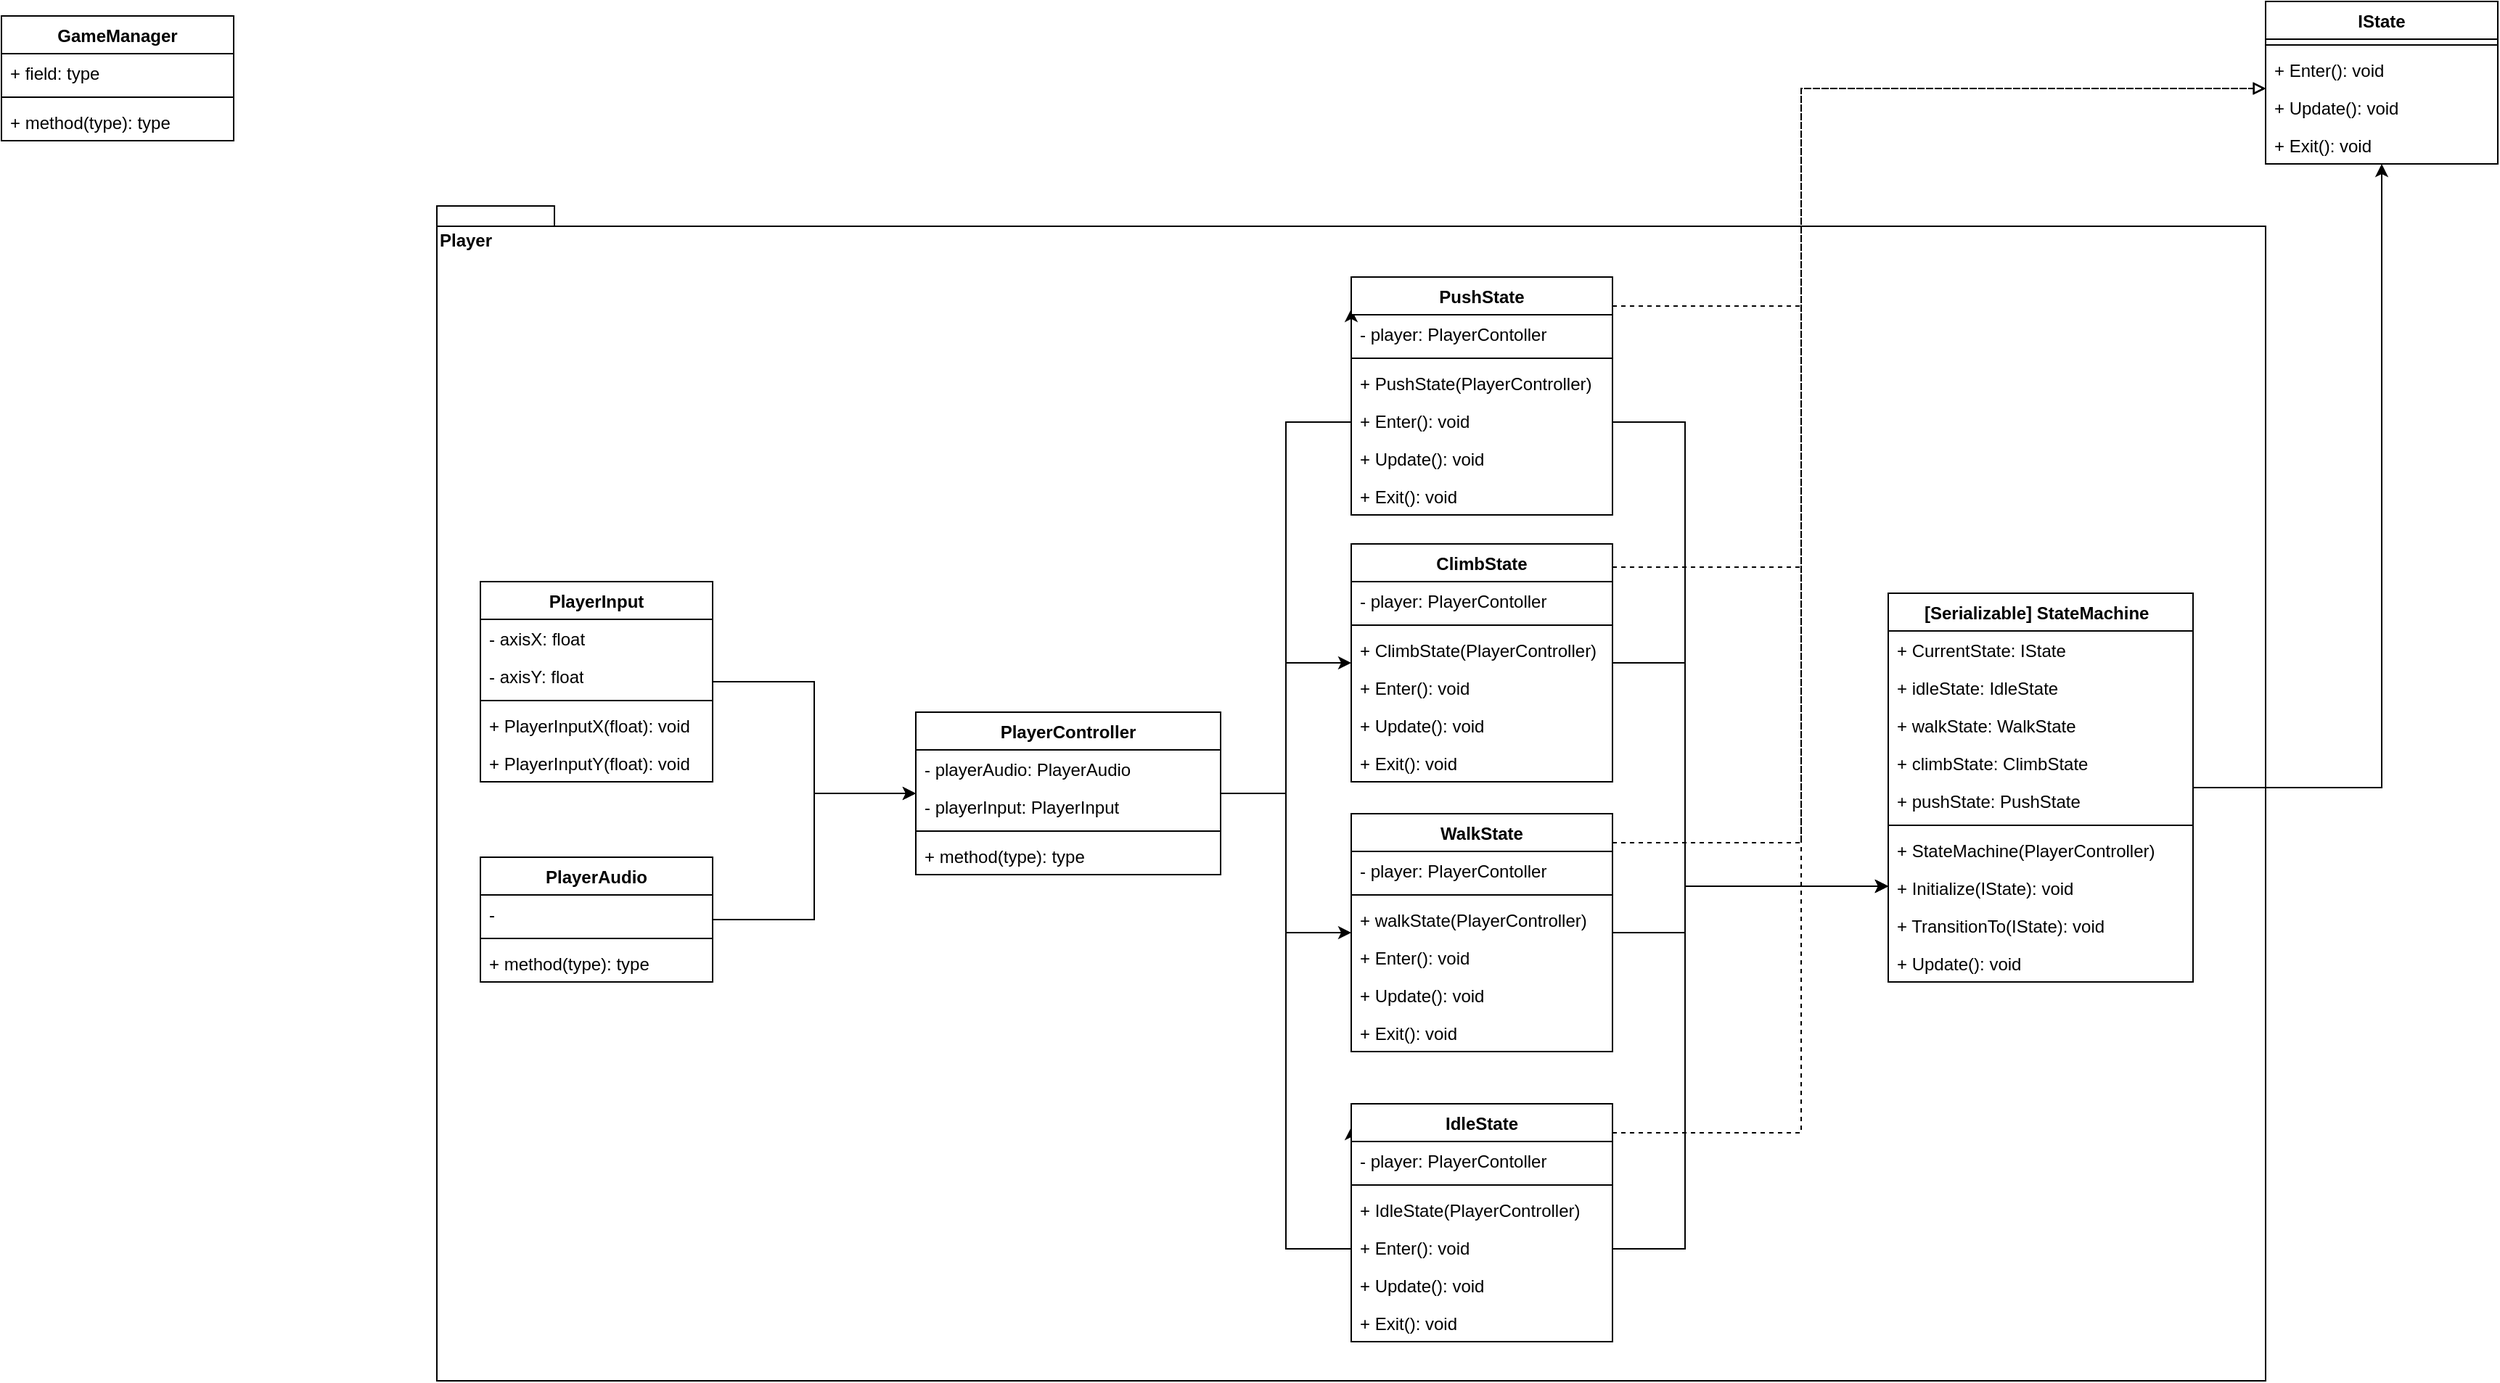
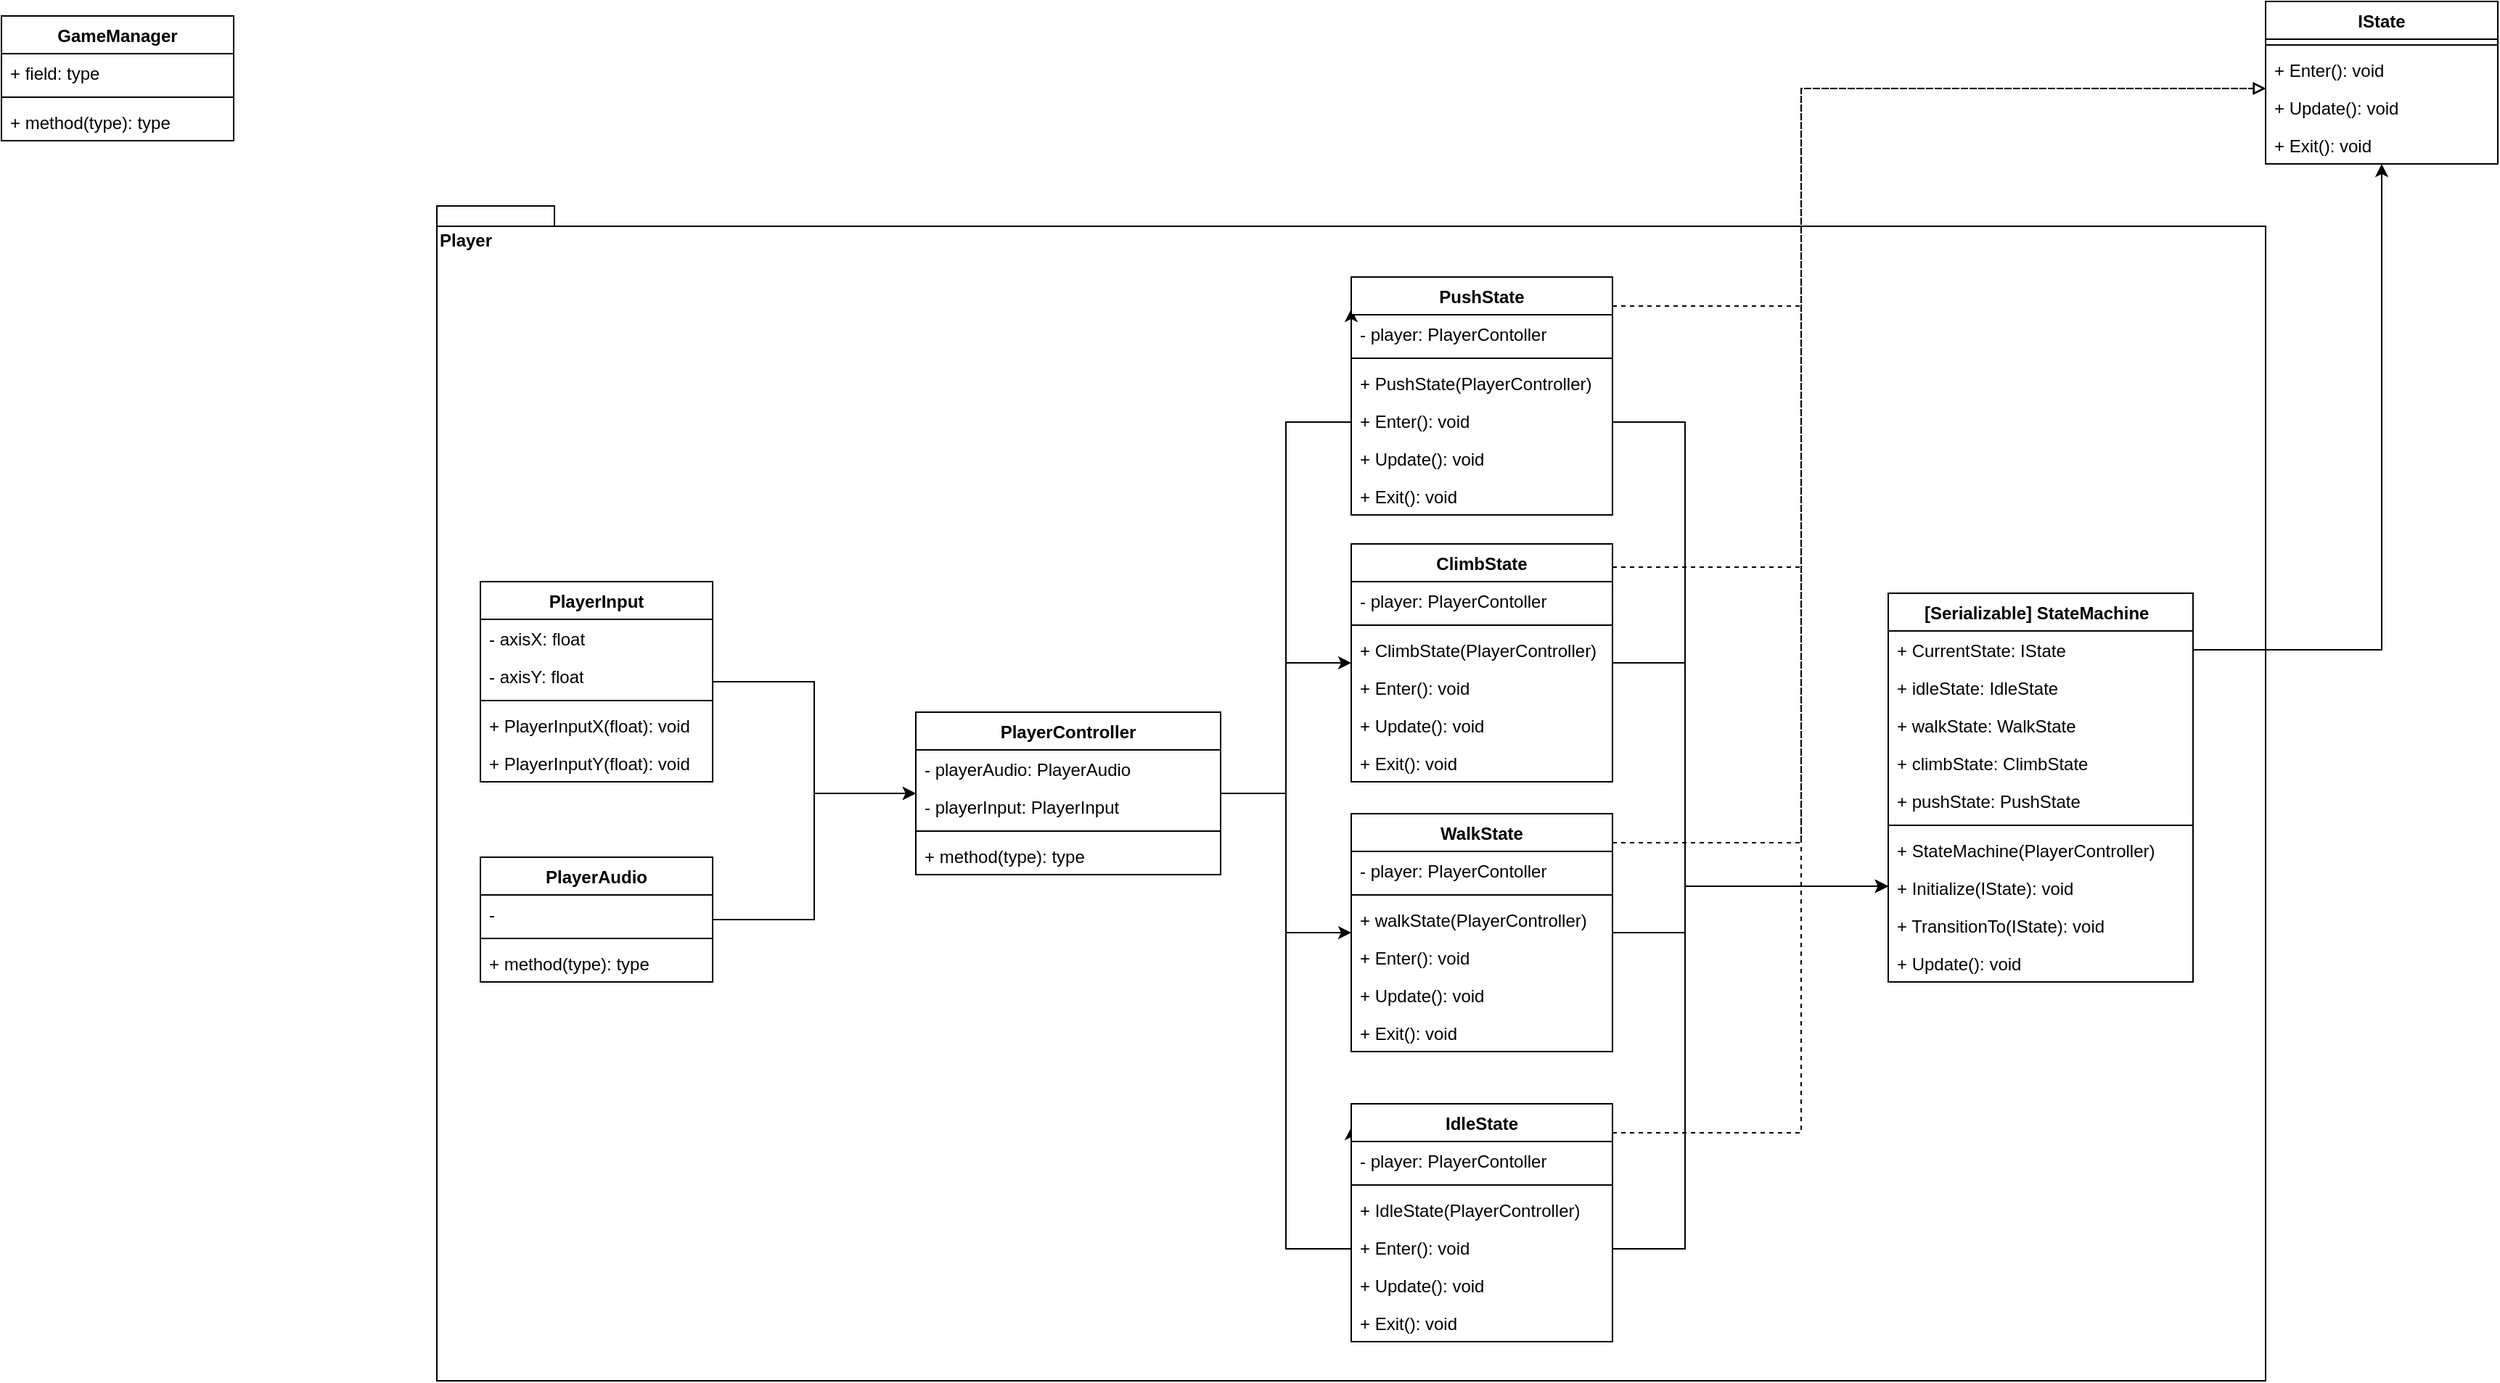
- <mxfile host="app.diagrams.net" agent="Mozilla/5.0 (Windows NT 10.0; Win64; x64) AppleWebKit/537.36 (KHTML, like Gecko) Chrome/145.0.0.0 Safari/537.36" version="29.6.3">
+ <mxfile host="app.diagrams.net" agent="Mozilla/5.0 (Windows NT 10.0; Win64; x64) AppleWebKit/537.36 (KHTML, like Gecko) Chrome/146.0.0.0 Safari/537.36" version="29.6.6">
  <diagram name="ページ-1" id="8KCFoVMX2dtQ3ng9Srak">
    <mxGraphModel dx="4146" dy="1503" grid="1" gridSize="10" guides="1" tooltips="1" connect="1" arrows="1" fold="1" page="0" pageScale="1" pageWidth="850" pageHeight="1100" background="none" math="0" shadow="0">
      <root>
        <mxCell id="0" />
        <mxCell id="1" parent="0" />
        <mxCell id="F6Udg1_LDsnUmy90ZGhI-12" parent="1" style="shape=folder;fontStyle=1;spacingTop=10;tabWidth=40;tabHeight=14;tabPosition=left;html=1;whiteSpace=wrap;align=left;verticalAlign=top;" value="Player" vertex="1">
          <mxGeometry height="810" width="1260" x="-690" y="-109" as="geometry" />
        </mxCell>
        <mxCell id="L5NkyoWU7cnRC-8idZzs-9" parent="1" style="swimlane;fontStyle=1;align=center;verticalAlign=top;childLayout=stackLayout;horizontal=1;startSize=26;horizontalStack=0;resizeParent=1;resizeParentMax=0;resizeLast=0;collapsible=1;marginBottom=0;whiteSpace=wrap;html=1;" value="GameManager" vertex="1">
          <mxGeometry height="86" width="160" x="-990" y="-240" as="geometry" />
        </mxCell>
        <mxCell id="L5NkyoWU7cnRC-8idZzs-10" parent="L5NkyoWU7cnRC-8idZzs-9" style="text;strokeColor=none;fillColor=none;align=left;verticalAlign=top;spacingLeft=4;spacingRight=4;overflow=hidden;rotatable=0;points=[[0,0.5],[1,0.5]];portConstraint=eastwest;whiteSpace=wrap;html=1;" value="+ field: type" vertex="1">
          <mxGeometry height="26" width="160" y="26" as="geometry" />
        </mxCell>
        <mxCell id="L5NkyoWU7cnRC-8idZzs-11" parent="L5NkyoWU7cnRC-8idZzs-9" style="line;strokeWidth=1;fillColor=none;align=left;verticalAlign=middle;spacingTop=-1;spacingLeft=3;spacingRight=3;rotatable=0;labelPosition=right;points=[];portConstraint=eastwest;strokeColor=inherit;" value="" vertex="1">
          <mxGeometry height="8" width="160" y="52" as="geometry" />
        </mxCell>
        <mxCell id="L5NkyoWU7cnRC-8idZzs-12" parent="L5NkyoWU7cnRC-8idZzs-9" style="text;strokeColor=none;fillColor=none;align=left;verticalAlign=top;spacingLeft=4;spacingRight=4;overflow=hidden;rotatable=0;points=[[0,0.5],[1,0.5]];portConstraint=eastwest;whiteSpace=wrap;html=1;" value="+ method(type): type" vertex="1">
          <mxGeometry height="26" width="160" y="60" as="geometry" />
        </mxCell>
        <mxCell id="cJyFu2CfWWR6ttzxGQYN-23" edge="1" parent="1" source="L5NkyoWU7cnRC-8idZzs-13" style="edgeStyle=orthogonalEdgeStyle;rounded=0;orthogonalLoop=1;jettySize=auto;html=1;entryX=0;entryY=0.098;entryDx=0;entryDy=0;entryPerimeter=0;" target="L5NkyoWU7cnRC-8idZzs-25">
          <mxGeometry relative="1" as="geometry">
            <Array as="points">
              <mxPoint x="-105" y="296" />
              <mxPoint x="-105" y="610" />
              <mxPoint x="-60" y="610" />
            </Array>
          </mxGeometry>
        </mxCell>
        <mxCell id="98nA65LA6JHXpVdgSX9z-47" edge="1" parent="1" source="L5NkyoWU7cnRC-8idZzs-13" style="edgeStyle=orthogonalEdgeStyle;rounded=0;orthogonalLoop=1;jettySize=auto;html=1;" target="98nA65LA6JHXpVdgSX9z-7">
          <mxGeometry relative="1" as="geometry" />
        </mxCell>
        <mxCell id="98nA65LA6JHXpVdgSX9z-49" edge="1" parent="1" source="L5NkyoWU7cnRC-8idZzs-13" style="edgeStyle=orthogonalEdgeStyle;rounded=0;orthogonalLoop=1;jettySize=auto;html=1;entryX=0;entryY=0.134;entryDx=0;entryDy=0;entryPerimeter=0;" target="98nA65LA6JHXpVdgSX9z-23">
          <mxGeometry relative="1" as="geometry">
            <Array as="points">
              <mxPoint x="-105" y="296" />
              <mxPoint x="-105" y="40" />
              <mxPoint x="-60" y="40" />
            </Array>
          </mxGeometry>
        </mxCell>
        <mxCell id="L5NkyoWU7cnRC-8idZzs-13" parent="1" style="swimlane;fontStyle=1;align=center;verticalAlign=top;childLayout=stackLayout;horizontal=1;startSize=26;horizontalStack=0;resizeParent=1;resizeParentMax=0;resizeLast=0;collapsible=1;marginBottom=0;whiteSpace=wrap;html=1;" value="PlayerController" vertex="1">
          <mxGeometry height="112" width="210" x="-360" y="240" as="geometry" />
        </mxCell>
        <mxCell id="xKRVpc-qtdXalkFRgjZN-2" parent="L5NkyoWU7cnRC-8idZzs-13" style="text;strokeColor=none;fillColor=none;align=left;verticalAlign=top;spacingLeft=4;spacingRight=4;overflow=hidden;rotatable=0;points=[[0,0.5],[1,0.5]];portConstraint=eastwest;whiteSpace=wrap;html=1;" value="- playerAudio: PlayerAudio" vertex="1">
          <mxGeometry height="26" width="210" y="26" as="geometry" />
        </mxCell>
        <mxCell id="xKRVpc-qtdXalkFRgjZN-3" parent="L5NkyoWU7cnRC-8idZzs-13" style="text;strokeColor=none;fillColor=none;align=left;verticalAlign=top;spacingLeft=4;spacingRight=4;overflow=hidden;rotatable=0;points=[[0,0.5],[1,0.5]];portConstraint=eastwest;whiteSpace=wrap;html=1;" value="- playerInput: PlayerInput" vertex="1">
          <mxGeometry height="26" width="210" y="52" as="geometry" />
        </mxCell>
        <mxCell id="L5NkyoWU7cnRC-8idZzs-15" parent="L5NkyoWU7cnRC-8idZzs-13" style="line;strokeWidth=1;fillColor=none;align=left;verticalAlign=middle;spacingTop=-1;spacingLeft=3;spacingRight=3;rotatable=0;labelPosition=right;points=[];portConstraint=eastwest;strokeColor=inherit;" value="" vertex="1">
          <mxGeometry height="8" width="210" y="78" as="geometry" />
        </mxCell>
        <mxCell id="L5NkyoWU7cnRC-8idZzs-16" parent="L5NkyoWU7cnRC-8idZzs-13" style="text;strokeColor=none;fillColor=none;align=left;verticalAlign=top;spacingLeft=4;spacingRight=4;overflow=hidden;rotatable=0;points=[[0,0.5],[1,0.5]];portConstraint=eastwest;whiteSpace=wrap;html=1;" value="+ method(type): type" vertex="1">
          <mxGeometry height="26" width="210" y="86" as="geometry" />
        </mxCell>
        <mxCell id="98nA65LA6JHXpVdgSX9z-41" edge="1" parent="1" source="L5NkyoWU7cnRC-8idZzs-17" style="edgeStyle=orthogonalEdgeStyle;rounded=0;orthogonalLoop=1;jettySize=auto;html=1;" target="L5NkyoWU7cnRC-8idZzs-13">
          <mxGeometry relative="1" as="geometry" />
        </mxCell>
        <mxCell id="L5NkyoWU7cnRC-8idZzs-17" parent="1" style="swimlane;fontStyle=1;align=center;verticalAlign=top;childLayout=stackLayout;horizontal=1;startSize=26;horizontalStack=0;resizeParent=1;resizeParentMax=0;resizeLast=0;collapsible=1;marginBottom=0;whiteSpace=wrap;html=1;" value="PlayerAudio" vertex="1">
          <mxGeometry height="86" width="160" x="-660" y="340" as="geometry" />
        </mxCell>
        <mxCell id="L5NkyoWU7cnRC-8idZzs-18" parent="L5NkyoWU7cnRC-8idZzs-17" style="text;strokeColor=none;fillColor=none;align=left;verticalAlign=top;spacingLeft=4;spacingRight=4;overflow=hidden;rotatable=0;points=[[0,0.5],[1,0.5]];portConstraint=eastwest;whiteSpace=wrap;html=1;" value="-" vertex="1">
          <mxGeometry height="26" width="160" y="26" as="geometry" />
        </mxCell>
        <mxCell id="L5NkyoWU7cnRC-8idZzs-19" parent="L5NkyoWU7cnRC-8idZzs-17" style="line;strokeWidth=1;fillColor=none;align=left;verticalAlign=middle;spacingTop=-1;spacingLeft=3;spacingRight=3;rotatable=0;labelPosition=right;points=[];portConstraint=eastwest;strokeColor=inherit;" value="" vertex="1">
          <mxGeometry height="8" width="160" y="52" as="geometry" />
        </mxCell>
        <mxCell id="L5NkyoWU7cnRC-8idZzs-20" parent="L5NkyoWU7cnRC-8idZzs-17" style="text;strokeColor=none;fillColor=none;align=left;verticalAlign=top;spacingLeft=4;spacingRight=4;overflow=hidden;rotatable=0;points=[[0,0.5],[1,0.5]];portConstraint=eastwest;whiteSpace=wrap;html=1;" value="+ method(type): type" vertex="1">
          <mxGeometry height="26" width="160" y="60" as="geometry" />
        </mxCell>
        <mxCell id="98nA65LA6JHXpVdgSX9z-42" edge="1" parent="1" source="L5NkyoWU7cnRC-8idZzs-21" style="edgeStyle=orthogonalEdgeStyle;rounded=0;orthogonalLoop=1;jettySize=auto;html=1;" target="L5NkyoWU7cnRC-8idZzs-13">
          <mxGeometry relative="1" as="geometry" />
        </mxCell>
        <mxCell id="L5NkyoWU7cnRC-8idZzs-21" parent="1" style="swimlane;fontStyle=1;align=center;verticalAlign=top;childLayout=stackLayout;horizontal=1;startSize=26;horizontalStack=0;resizeParent=1;resizeParentMax=0;resizeLast=0;collapsible=1;marginBottom=0;whiteSpace=wrap;html=1;" value="PlayerInput" vertex="1">
          <mxGeometry height="138" width="160" x="-660" y="150" as="geometry" />
        </mxCell>
        <mxCell id="L5NkyoWU7cnRC-8idZzs-22" parent="L5NkyoWU7cnRC-8idZzs-21" style="text;strokeColor=none;fillColor=none;align=left;verticalAlign=top;spacingLeft=4;spacingRight=4;overflow=hidden;rotatable=0;points=[[0,0.5],[1,0.5]];portConstraint=eastwest;whiteSpace=wrap;html=1;" value="- axisX: float" vertex="1">
          <mxGeometry height="26" width="160" y="26" as="geometry" />
        </mxCell>
        <mxCell id="pt3lwnELBwHd_nTeb_py-6" parent="L5NkyoWU7cnRC-8idZzs-21" style="text;strokeColor=none;fillColor=none;align=left;verticalAlign=top;spacingLeft=4;spacingRight=4;overflow=hidden;rotatable=0;points=[[0,0.5],[1,0.5]];portConstraint=eastwest;whiteSpace=wrap;html=1;" value="- axisY: float" vertex="1">
          <mxGeometry height="26" width="160" y="52" as="geometry" />
        </mxCell>
        <mxCell id="L5NkyoWU7cnRC-8idZzs-23" parent="L5NkyoWU7cnRC-8idZzs-21" style="line;strokeWidth=1;fillColor=none;align=left;verticalAlign=middle;spacingTop=-1;spacingLeft=3;spacingRight=3;rotatable=0;labelPosition=right;points=[];portConstraint=eastwest;strokeColor=inherit;" value="" vertex="1">
          <mxGeometry height="8" width="160" y="78" as="geometry" />
        </mxCell>
        <mxCell id="L5NkyoWU7cnRC-8idZzs-24" parent="L5NkyoWU7cnRC-8idZzs-21" style="text;strokeColor=none;fillColor=none;align=left;verticalAlign=top;spacingLeft=4;spacingRight=4;overflow=hidden;rotatable=0;points=[[0,0.5],[1,0.5]];portConstraint=eastwest;whiteSpace=wrap;html=1;" value="+ PlayerInputX(float): void" vertex="1">
          <mxGeometry height="26" width="160" y="86" as="geometry" />
        </mxCell>
        <mxCell id="pt3lwnELBwHd_nTeb_py-7" parent="L5NkyoWU7cnRC-8idZzs-21" style="text;strokeColor=none;fillColor=none;align=left;verticalAlign=top;spacingLeft=4;spacingRight=4;overflow=hidden;rotatable=0;points=[[0,0.5],[1,0.5]];portConstraint=eastwest;whiteSpace=wrap;html=1;" value="+ PlayerInputY(float): void" vertex="1">
          <mxGeometry height="26" width="160" y="112" as="geometry" />
        </mxCell>
        <mxCell id="98nA65LA6JHXpVdgSX9z-3" edge="1" parent="1" source="L5NkyoWU7cnRC-8idZzs-25" style="edgeStyle=orthogonalEdgeStyle;rounded=0;orthogonalLoop=1;jettySize=auto;html=1;endArrow=block;endFill=0;dashed=1;" target="cJyFu2CfWWR6ttzxGQYN-1">
          <mxGeometry relative="1" as="geometry">
            <Array as="points">
              <mxPoint x="250" y="530" />
              <mxPoint x="250" y="-190" />
            </Array>
            <mxPoint x="440" y="40" as="sourcePoint" />
          </mxGeometry>
        </mxCell>
        <mxCell id="F6Udg1_LDsnUmy90ZGhI-11" edge="1" parent="1" source="L5NkyoWU7cnRC-8idZzs-25" style="edgeStyle=orthogonalEdgeStyle;rounded=0;orthogonalLoop=1;jettySize=auto;html=1;" target="cJyFu2CfWWR6ttzxGQYN-8">
          <mxGeometry relative="1" as="geometry">
            <Array as="points">
              <mxPoint x="170" y="610" />
              <mxPoint x="170" y="360" />
            </Array>
          </mxGeometry>
        </mxCell>
        <mxCell id="L5NkyoWU7cnRC-8idZzs-25" parent="1" style="swimlane;fontStyle=1;align=center;verticalAlign=top;childLayout=stackLayout;horizontal=1;startSize=26;horizontalStack=0;resizeParent=1;resizeParentMax=0;resizeLast=0;collapsible=1;marginBottom=0;whiteSpace=wrap;html=1;" value="IdleState" vertex="1">
          <mxGeometry height="164" width="180" x="-60" y="510" as="geometry">
            <mxRectangle height="30" width="90" x="412.5" y="163" as="alternateBounds" />
          </mxGeometry>
        </mxCell>
        <mxCell id="L5NkyoWU7cnRC-8idZzs-26" parent="L5NkyoWU7cnRC-8idZzs-25" style="text;strokeColor=none;fillColor=none;align=left;verticalAlign=top;spacingLeft=4;spacingRight=4;overflow=hidden;rotatable=0;points=[[0,0.5],[1,0.5]];portConstraint=eastwest;whiteSpace=wrap;html=1;" value="- player: PlayerContoller" vertex="1">
          <mxGeometry height="26" width="180" y="26" as="geometry" />
        </mxCell>
        <mxCell id="L5NkyoWU7cnRC-8idZzs-27" parent="L5NkyoWU7cnRC-8idZzs-25" style="line;strokeWidth=1;fillColor=none;align=left;verticalAlign=middle;spacingTop=-1;spacingLeft=3;spacingRight=3;rotatable=0;labelPosition=right;points=[];portConstraint=eastwest;strokeColor=inherit;" value="" vertex="1">
          <mxGeometry height="8" width="180" y="52" as="geometry" />
        </mxCell>
        <mxCell id="L5NkyoWU7cnRC-8idZzs-28" parent="L5NkyoWU7cnRC-8idZzs-25" style="text;strokeColor=none;fillColor=none;align=left;verticalAlign=top;spacingLeft=4;spacingRight=4;overflow=hidden;rotatable=0;points=[[0,0.5],[1,0.5]];portConstraint=eastwest;whiteSpace=wrap;html=1;" value="+ IdleState(PlayerController)" vertex="1">
          <mxGeometry height="26" width="180" y="60" as="geometry" />
        </mxCell>
        <mxCell id="98nA65LA6JHXpVdgSX9z-4" parent="L5NkyoWU7cnRC-8idZzs-25" style="text;strokeColor=none;fillColor=none;align=left;verticalAlign=top;spacingLeft=4;spacingRight=4;overflow=hidden;rotatable=0;points=[[0,0.5],[1,0.5]];portConstraint=eastwest;whiteSpace=wrap;html=1;" value="+ Enter(): void" vertex="1">
          <mxGeometry height="26" width="180" y="86" as="geometry" />
        </mxCell>
        <mxCell id="98nA65LA6JHXpVdgSX9z-5" parent="L5NkyoWU7cnRC-8idZzs-25" style="text;strokeColor=none;fillColor=none;align=left;verticalAlign=top;spacingLeft=4;spacingRight=4;overflow=hidden;rotatable=0;points=[[0,0.5],[1,0.5]];portConstraint=eastwest;whiteSpace=wrap;html=1;" value="+ Update(): void" vertex="1">
          <mxGeometry height="26" width="180" y="112" as="geometry" />
        </mxCell>
        <mxCell id="98nA65LA6JHXpVdgSX9z-6" parent="L5NkyoWU7cnRC-8idZzs-25" style="text;strokeColor=none;fillColor=none;align=left;verticalAlign=top;spacingLeft=4;spacingRight=4;overflow=hidden;rotatable=0;points=[[0,0.5],[1,0.5]];portConstraint=eastwest;whiteSpace=wrap;html=1;" value="+ Exit(): void" vertex="1">
          <mxGeometry height="26" width="180" y="138" as="geometry" />
        </mxCell>
        <mxCell id="cJyFu2CfWWR6ttzxGQYN-1" parent="1" style="swimlane;fontStyle=1;align=center;verticalAlign=top;childLayout=stackLayout;horizontal=1;startSize=26;horizontalStack=0;resizeParent=1;resizeParentMax=0;resizeLast=0;collapsible=1;marginBottom=0;whiteSpace=wrap;html=1;" value="IState" vertex="1">
          <mxGeometry height="112" width="160" x="570" y="-250" as="geometry" />
        </mxCell>
        <mxCell id="cJyFu2CfWWR6ttzxGQYN-3" parent="cJyFu2CfWWR6ttzxGQYN-1" style="line;strokeWidth=1;fillColor=none;align=left;verticalAlign=middle;spacingTop=-1;spacingLeft=3;spacingRight=3;rotatable=0;labelPosition=right;points=[];portConstraint=eastwest;strokeColor=inherit;" value="" vertex="1">
          <mxGeometry height="8" width="160" y="26" as="geometry" />
        </mxCell>
        <mxCell id="cJyFu2CfWWR6ttzxGQYN-4" parent="cJyFu2CfWWR6ttzxGQYN-1" style="text;strokeColor=none;fillColor=none;align=left;verticalAlign=top;spacingLeft=4;spacingRight=4;overflow=hidden;rotatable=0;points=[[0,0.5],[1,0.5]];portConstraint=eastwest;whiteSpace=wrap;html=1;" value="+ Enter(): void" vertex="1">
          <mxGeometry height="26" width="160" y="34" as="geometry" />
        </mxCell>
        <mxCell id="cJyFu2CfWWR6ttzxGQYN-6" parent="cJyFu2CfWWR6ttzxGQYN-1" style="text;strokeColor=none;fillColor=none;align=left;verticalAlign=top;spacingLeft=4;spacingRight=4;overflow=hidden;rotatable=0;points=[[0,0.5],[1,0.5]];portConstraint=eastwest;whiteSpace=wrap;html=1;" value="+ Update(): void" vertex="1">
          <mxGeometry height="26" width="160" y="60" as="geometry" />
        </mxCell>
        <mxCell id="cJyFu2CfWWR6ttzxGQYN-7" parent="cJyFu2CfWWR6ttzxGQYN-1" style="text;strokeColor=none;fillColor=none;align=left;verticalAlign=top;spacingLeft=4;spacingRight=4;overflow=hidden;rotatable=0;points=[[0,0.5],[1,0.5]];portConstraint=eastwest;whiteSpace=wrap;html=1;" value="+ Exit(): void" vertex="1">
          <mxGeometry height="26" width="160" y="86" as="geometry" />
        </mxCell>
-         <mxCell id="JOg9IKQ6BICUw6YtWxmY-4" edge="1" parent="1" source="cJyFu2CfWWR6ttzxGQYN-8" style="edgeStyle=orthogonalEdgeStyle;rounded=0;orthogonalLoop=1;jettySize=auto;html=1;" target="cJyFu2CfWWR6ttzxGQYN-1">
+         <mxCell id="JOg9IKQ6BICUw6YtWxmY-4" edge="1" parent="1" source="cJyFu2CfWWR6ttzxGQYN-9" style="edgeStyle=orthogonalEdgeStyle;rounded=0;orthogonalLoop=1;jettySize=auto;html=1;" target="cJyFu2CfWWR6ttzxGQYN-1">
          <mxGeometry relative="1" as="geometry">
            <mxPoint x="450" y="430" as="sourcePoint" />
          </mxGeometry>
        </mxCell>
        <mxCell id="cJyFu2CfWWR6ttzxGQYN-8" parent="1" style="swimlane;fontStyle=1;align=center;verticalAlign=top;childLayout=stackLayout;horizontal=1;startSize=26;horizontalStack=0;resizeParent=1;resizeParentMax=0;resizeLast=0;collapsible=1;marginBottom=0;whiteSpace=wrap;html=1;" value="[Serializable] StateMachine&lt;span style=&quot;white-space: pre;&quot;&gt;&#x9;&lt;/span&gt;" vertex="1">
          <mxGeometry height="268" width="210" x="310" y="158" as="geometry" />
        </mxCell>
        <mxCell id="cJyFu2CfWWR6ttzxGQYN-9" parent="cJyFu2CfWWR6ttzxGQYN-8" style="text;strokeColor=none;fillColor=none;align=left;verticalAlign=top;spacingLeft=4;spacingRight=4;overflow=hidden;rotatable=0;points=[[0,0.5],[1,0.5]];portConstraint=eastwest;whiteSpace=wrap;html=1;" value="+&amp;nbsp;CurrentState: IState" vertex="1">
          <mxGeometry height="26" width="210" y="26" as="geometry" />
        </mxCell>
        <mxCell id="98nA65LA6JHXpVdgSX9z-2" parent="cJyFu2CfWWR6ttzxGQYN-8" style="text;strokeColor=none;fillColor=none;align=left;verticalAlign=top;spacingLeft=4;spacingRight=4;overflow=hidden;rotatable=0;points=[[0,0.5],[1,0.5]];portConstraint=eastwest;whiteSpace=wrap;html=1;" value="+ idleState: IdleState" vertex="1">
          <mxGeometry height="26" width="210" y="52" as="geometry" />
        </mxCell>
        <mxCell id="cJyFu2CfWWR6ttzxGQYN-10" parent="cJyFu2CfWWR6ttzxGQYN-8" style="text;strokeColor=none;fillColor=none;align=left;verticalAlign=top;spacingLeft=4;spacingRight=4;overflow=hidden;rotatable=0;points=[[0,0.5],[1,0.5]];portConstraint=eastwest;whiteSpace=wrap;html=1;" value="+ walkState: WalkState" vertex="1">
          <mxGeometry height="26" width="210" y="78" as="geometry" />
        </mxCell>
        <mxCell id="98nA65LA6JHXpVdgSX9z-22" parent="cJyFu2CfWWR6ttzxGQYN-8" style="text;strokeColor=none;fillColor=none;align=left;verticalAlign=top;spacingLeft=4;spacingRight=4;overflow=hidden;rotatable=0;points=[[0,0.5],[1,0.5]];portConstraint=eastwest;whiteSpace=wrap;html=1;" value="+ climbState: ClimbState" vertex="1">
          <mxGeometry height="26" width="210" y="104" as="geometry" />
        </mxCell>
        <mxCell id="cJyFu2CfWWR6ttzxGQYN-13" parent="cJyFu2CfWWR6ttzxGQYN-8" style="text;strokeColor=none;fillColor=none;align=left;verticalAlign=top;spacingLeft=4;spacingRight=4;overflow=hidden;rotatable=0;points=[[0,0.5],[1,0.5]];portConstraint=eastwest;whiteSpace=wrap;html=1;" value="+ pushState: PushState" vertex="1">
          <mxGeometry height="26" width="210" y="130" as="geometry" />
        </mxCell>
        <mxCell id="cJyFu2CfWWR6ttzxGQYN-11" parent="cJyFu2CfWWR6ttzxGQYN-8" style="line;strokeWidth=1;fillColor=none;align=left;verticalAlign=middle;spacingTop=-1;spacingLeft=3;spacingRight=3;rotatable=0;labelPosition=right;points=[];portConstraint=eastwest;strokeColor=inherit;" value="" vertex="1">
          <mxGeometry height="8" width="210" y="156" as="geometry" />
        </mxCell>
        <mxCell id="cJyFu2CfWWR6ttzxGQYN-12" parent="cJyFu2CfWWR6ttzxGQYN-8" style="text;strokeColor=none;fillColor=none;align=left;verticalAlign=top;spacingLeft=4;spacingRight=4;overflow=hidden;rotatable=0;points=[[0,0.5],[1,0.5]];portConstraint=eastwest;whiteSpace=wrap;html=1;" value="+ StateMachine(PlayerController)" vertex="1">
          <mxGeometry height="26" width="210" y="164" as="geometry" />
        </mxCell>
        <mxCell id="cJyFu2CfWWR6ttzxGQYN-18" parent="cJyFu2CfWWR6ttzxGQYN-8" style="text;strokeColor=none;fillColor=none;align=left;verticalAlign=top;spacingLeft=4;spacingRight=4;overflow=hidden;rotatable=0;points=[[0,0.5],[1,0.5]];portConstraint=eastwest;whiteSpace=wrap;html=1;" value="+ Initialize(IState): void" vertex="1">
          <mxGeometry height="26" width="210" y="190" as="geometry" />
        </mxCell>
        <mxCell id="cJyFu2CfWWR6ttzxGQYN-14" parent="cJyFu2CfWWR6ttzxGQYN-8" style="text;strokeColor=none;fillColor=none;align=left;verticalAlign=top;spacingLeft=4;spacingRight=4;overflow=hidden;rotatable=0;points=[[0,0.5],[1,0.5]];portConstraint=eastwest;whiteSpace=wrap;html=1;" value="+ TransitionTo(IState): void" vertex="1">
          <mxGeometry height="26" width="210" y="216" as="geometry" />
        </mxCell>
        <mxCell id="cJyFu2CfWWR6ttzxGQYN-15" parent="cJyFu2CfWWR6ttzxGQYN-8" style="text;strokeColor=none;fillColor=none;align=left;verticalAlign=top;spacingLeft=4;spacingRight=4;overflow=hidden;rotatable=0;points=[[0,0.5],[1,0.5]];portConstraint=eastwest;whiteSpace=wrap;html=1;" value="+ Update(): void" vertex="1">
          <mxGeometry height="26" width="210" y="242" as="geometry" />
        </mxCell>
        <mxCell id="98nA65LA6JHXpVdgSX9z-30" edge="1" parent="1" source="98nA65LA6JHXpVdgSX9z-7" style="edgeStyle=orthogonalEdgeStyle;rounded=0;orthogonalLoop=1;jettySize=auto;html=1;endArrow=block;endFill=0;dashed=1;" target="cJyFu2CfWWR6ttzxGQYN-1">
          <mxGeometry relative="1" as="geometry">
            <Array as="points">
              <mxPoint x="250" y="330" />
              <mxPoint x="250" y="-190" />
            </Array>
          </mxGeometry>
        </mxCell>
        <mxCell id="98nA65LA6JHXpVdgSX9z-44" edge="1" parent="1" source="98nA65LA6JHXpVdgSX9z-7" style="edgeStyle=orthogonalEdgeStyle;rounded=0;orthogonalLoop=1;jettySize=auto;html=1;" target="cJyFu2CfWWR6ttzxGQYN-8">
          <mxGeometry relative="1" as="geometry">
            <Array as="points">
              <mxPoint x="170" y="392" />
              <mxPoint x="170" y="360" />
            </Array>
          </mxGeometry>
        </mxCell>
        <mxCell id="98nA65LA6JHXpVdgSX9z-7" parent="1" style="swimlane;fontStyle=1;align=center;verticalAlign=top;childLayout=stackLayout;horizontal=1;startSize=26;horizontalStack=0;resizeParent=1;resizeParentMax=0;resizeLast=0;collapsible=1;marginBottom=0;whiteSpace=wrap;html=1;" value="WalkState" vertex="1">
          <mxGeometry height="164" width="180" x="-60" y="310" as="geometry">
            <mxRectangle height="30" width="90" x="412.5" y="163" as="alternateBounds" />
          </mxGeometry>
        </mxCell>
        <mxCell id="98nA65LA6JHXpVdgSX9z-8" parent="98nA65LA6JHXpVdgSX9z-7" style="text;strokeColor=none;fillColor=none;align=left;verticalAlign=top;spacingLeft=4;spacingRight=4;overflow=hidden;rotatable=0;points=[[0,0.5],[1,0.5]];portConstraint=eastwest;whiteSpace=wrap;html=1;" value="- player: PlayerContoller" vertex="1">
          <mxGeometry height="26" width="180" y="26" as="geometry" />
        </mxCell>
        <mxCell id="98nA65LA6JHXpVdgSX9z-9" parent="98nA65LA6JHXpVdgSX9z-7" style="line;strokeWidth=1;fillColor=none;align=left;verticalAlign=middle;spacingTop=-1;spacingLeft=3;spacingRight=3;rotatable=0;labelPosition=right;points=[];portConstraint=eastwest;strokeColor=inherit;" value="" vertex="1">
          <mxGeometry height="8" width="180" y="52" as="geometry" />
        </mxCell>
        <mxCell id="98nA65LA6JHXpVdgSX9z-10" parent="98nA65LA6JHXpVdgSX9z-7" style="text;strokeColor=none;fillColor=none;align=left;verticalAlign=top;spacingLeft=4;spacingRight=4;overflow=hidden;rotatable=0;points=[[0,0.5],[1,0.5]];portConstraint=eastwest;whiteSpace=wrap;html=1;" value="+ walkState(PlayerController)" vertex="1">
          <mxGeometry height="26" width="180" y="60" as="geometry" />
        </mxCell>
        <mxCell id="98nA65LA6JHXpVdgSX9z-11" parent="98nA65LA6JHXpVdgSX9z-7" style="text;strokeColor=none;fillColor=none;align=left;verticalAlign=top;spacingLeft=4;spacingRight=4;overflow=hidden;rotatable=0;points=[[0,0.5],[1,0.5]];portConstraint=eastwest;whiteSpace=wrap;html=1;" value="+ Enter(): void" vertex="1">
          <mxGeometry height="26" width="180" y="86" as="geometry" />
        </mxCell>
        <mxCell id="98nA65LA6JHXpVdgSX9z-12" parent="98nA65LA6JHXpVdgSX9z-7" style="text;strokeColor=none;fillColor=none;align=left;verticalAlign=top;spacingLeft=4;spacingRight=4;overflow=hidden;rotatable=0;points=[[0,0.5],[1,0.5]];portConstraint=eastwest;whiteSpace=wrap;html=1;" value="+ Update(): void" vertex="1">
          <mxGeometry height="26" width="180" y="112" as="geometry" />
        </mxCell>
        <mxCell id="98nA65LA6JHXpVdgSX9z-13" parent="98nA65LA6JHXpVdgSX9z-7" style="text;strokeColor=none;fillColor=none;align=left;verticalAlign=top;spacingLeft=4;spacingRight=4;overflow=hidden;rotatable=0;points=[[0,0.5],[1,0.5]];portConstraint=eastwest;whiteSpace=wrap;html=1;" value="+ Exit(): void" vertex="1">
          <mxGeometry height="26" width="180" y="138" as="geometry" />
        </mxCell>
        <mxCell id="98nA65LA6JHXpVdgSX9z-31" edge="1" parent="1" source="98nA65LA6JHXpVdgSX9z-14" style="edgeStyle=orthogonalEdgeStyle;rounded=0;orthogonalLoop=1;jettySize=auto;html=1;endArrow=block;endFill=0;dashed=1;" target="cJyFu2CfWWR6ttzxGQYN-1">
          <mxGeometry relative="1" as="geometry">
            <Array as="points">
              <mxPoint x="250" y="140" />
              <mxPoint x="250" y="-190" />
            </Array>
          </mxGeometry>
        </mxCell>
        <mxCell id="98nA65LA6JHXpVdgSX9z-45" edge="1" parent="1" source="98nA65LA6JHXpVdgSX9z-14" style="edgeStyle=orthogonalEdgeStyle;rounded=0;orthogonalLoop=1;jettySize=auto;html=1;" target="cJyFu2CfWWR6ttzxGQYN-8">
          <mxGeometry relative="1" as="geometry">
            <Array as="points">
              <mxPoint x="170" y="206" />
              <mxPoint x="170" y="360" />
            </Array>
          </mxGeometry>
        </mxCell>
        <mxCell id="98nA65LA6JHXpVdgSX9z-14" parent="1" style="swimlane;fontStyle=1;align=center;verticalAlign=top;childLayout=stackLayout;horizontal=1;startSize=26;horizontalStack=0;resizeParent=1;resizeParentMax=0;resizeLast=0;collapsible=1;marginBottom=0;whiteSpace=wrap;html=1;" value="ClimbState" vertex="1">
          <mxGeometry height="164" width="180" x="-60" y="124" as="geometry">
            <mxRectangle height="30" width="90" x="-60" y="190" as="alternateBounds" />
          </mxGeometry>
        </mxCell>
        <mxCell id="98nA65LA6JHXpVdgSX9z-15" parent="98nA65LA6JHXpVdgSX9z-14" style="text;strokeColor=none;fillColor=none;align=left;verticalAlign=top;spacingLeft=4;spacingRight=4;overflow=hidden;rotatable=0;points=[[0,0.5],[1,0.5]];portConstraint=eastwest;whiteSpace=wrap;html=1;" value="- player: PlayerContoller" vertex="1">
          <mxGeometry height="26" width="180" y="26" as="geometry" />
        </mxCell>
        <mxCell id="98nA65LA6JHXpVdgSX9z-16" parent="98nA65LA6JHXpVdgSX9z-14" style="line;strokeWidth=1;fillColor=none;align=left;verticalAlign=middle;spacingTop=-1;spacingLeft=3;spacingRight=3;rotatable=0;labelPosition=right;points=[];portConstraint=eastwest;strokeColor=inherit;" value="" vertex="1">
          <mxGeometry height="8" width="180" y="52" as="geometry" />
        </mxCell>
        <mxCell id="98nA65LA6JHXpVdgSX9z-17" parent="98nA65LA6JHXpVdgSX9z-14" style="text;strokeColor=none;fillColor=none;align=left;verticalAlign=top;spacingLeft=4;spacingRight=4;overflow=hidden;rotatable=0;points=[[0,0.5],[1,0.5]];portConstraint=eastwest;whiteSpace=wrap;html=1;" value="+ ClimbState(PlayerController)" vertex="1">
          <mxGeometry height="26" width="180" y="60" as="geometry" />
        </mxCell>
        <mxCell id="98nA65LA6JHXpVdgSX9z-18" parent="98nA65LA6JHXpVdgSX9z-14" style="text;strokeColor=none;fillColor=none;align=left;verticalAlign=top;spacingLeft=4;spacingRight=4;overflow=hidden;rotatable=0;points=[[0,0.5],[1,0.5]];portConstraint=eastwest;whiteSpace=wrap;html=1;" value="+ Enter(): void" vertex="1">
          <mxGeometry height="26" width="180" y="86" as="geometry" />
        </mxCell>
        <mxCell id="98nA65LA6JHXpVdgSX9z-19" parent="98nA65LA6JHXpVdgSX9z-14" style="text;strokeColor=none;fillColor=none;align=left;verticalAlign=top;spacingLeft=4;spacingRight=4;overflow=hidden;rotatable=0;points=[[0,0.5],[1,0.5]];portConstraint=eastwest;whiteSpace=wrap;html=1;" value="+ Update(): void" vertex="1">
          <mxGeometry height="26" width="180" y="112" as="geometry" />
        </mxCell>
        <mxCell id="98nA65LA6JHXpVdgSX9z-20" parent="98nA65LA6JHXpVdgSX9z-14" style="text;strokeColor=none;fillColor=none;align=left;verticalAlign=top;spacingLeft=4;spacingRight=4;overflow=hidden;rotatable=0;points=[[0,0.5],[1,0.5]];portConstraint=eastwest;whiteSpace=wrap;html=1;" value="+ Exit(): void" vertex="1">
          <mxGeometry height="26" width="180" y="138" as="geometry" />
        </mxCell>
        <mxCell id="98nA65LA6JHXpVdgSX9z-46" edge="1" parent="1" source="98nA65LA6JHXpVdgSX9z-23" style="edgeStyle=orthogonalEdgeStyle;rounded=0;orthogonalLoop=1;jettySize=auto;html=1;" target="cJyFu2CfWWR6ttzxGQYN-8">
          <mxGeometry relative="1" as="geometry">
            <Array as="points">
              <mxPoint x="170" y="40" />
              <mxPoint x="170" y="360" />
            </Array>
            <mxPoint x="260" y="350" as="targetPoint" />
          </mxGeometry>
        </mxCell>
        <mxCell id="JOg9IKQ6BICUw6YtWxmY-3" edge="1" parent="1" source="98nA65LA6JHXpVdgSX9z-23" style="edgeStyle=orthogonalEdgeStyle;rounded=0;orthogonalLoop=1;jettySize=auto;html=1;endArrow=block;endFill=0;dashed=1;" target="cJyFu2CfWWR6ttzxGQYN-1">
          <mxGeometry relative="1" as="geometry">
            <Array as="points">
              <mxPoint x="250" y="-40" />
              <mxPoint x="250" y="-190" />
            </Array>
          </mxGeometry>
        </mxCell>
        <mxCell id="98nA65LA6JHXpVdgSX9z-23" parent="1" style="swimlane;fontStyle=1;align=center;verticalAlign=top;childLayout=stackLayout;horizontal=1;startSize=26;horizontalStack=0;resizeParent=1;resizeParentMax=0;resizeLast=0;collapsible=1;marginBottom=0;whiteSpace=wrap;html=1;" value="PushState" vertex="1">
          <mxGeometry height="164" width="180" x="-60" y="-60" as="geometry">
            <mxRectangle height="30" width="90" x="412.5" y="163" as="alternateBounds" />
          </mxGeometry>
        </mxCell>
        <mxCell id="98nA65LA6JHXpVdgSX9z-24" parent="98nA65LA6JHXpVdgSX9z-23" style="text;strokeColor=none;fillColor=none;align=left;verticalAlign=top;spacingLeft=4;spacingRight=4;overflow=hidden;rotatable=0;points=[[0,0.5],[1,0.5]];portConstraint=eastwest;whiteSpace=wrap;html=1;" value="- player: PlayerContoller" vertex="1">
          <mxGeometry height="26" width="180" y="26" as="geometry" />
        </mxCell>
        <mxCell id="98nA65LA6JHXpVdgSX9z-25" parent="98nA65LA6JHXpVdgSX9z-23" style="line;strokeWidth=1;fillColor=none;align=left;verticalAlign=middle;spacingTop=-1;spacingLeft=3;spacingRight=3;rotatable=0;labelPosition=right;points=[];portConstraint=eastwest;strokeColor=inherit;" value="" vertex="1">
          <mxGeometry height="8" width="180" y="52" as="geometry" />
        </mxCell>
        <mxCell id="98nA65LA6JHXpVdgSX9z-26" parent="98nA65LA6JHXpVdgSX9z-23" style="text;strokeColor=none;fillColor=none;align=left;verticalAlign=top;spacingLeft=4;spacingRight=4;overflow=hidden;rotatable=0;points=[[0,0.5],[1,0.5]];portConstraint=eastwest;whiteSpace=wrap;html=1;" value="+ PushState(PlayerController)" vertex="1">
          <mxGeometry height="26" width="180" y="60" as="geometry" />
        </mxCell>
        <mxCell id="98nA65LA6JHXpVdgSX9z-27" parent="98nA65LA6JHXpVdgSX9z-23" style="text;strokeColor=none;fillColor=none;align=left;verticalAlign=top;spacingLeft=4;spacingRight=4;overflow=hidden;rotatable=0;points=[[0,0.5],[1,0.5]];portConstraint=eastwest;whiteSpace=wrap;html=1;" value="+ Enter(): void" vertex="1">
          <mxGeometry height="26" width="180" y="86" as="geometry" />
        </mxCell>
        <mxCell id="98nA65LA6JHXpVdgSX9z-28" parent="98nA65LA6JHXpVdgSX9z-23" style="text;strokeColor=none;fillColor=none;align=left;verticalAlign=top;spacingLeft=4;spacingRight=4;overflow=hidden;rotatable=0;points=[[0,0.5],[1,0.5]];portConstraint=eastwest;whiteSpace=wrap;html=1;" value="+ Update(): void" vertex="1">
          <mxGeometry height="26" width="180" y="112" as="geometry" />
        </mxCell>
        <mxCell id="98nA65LA6JHXpVdgSX9z-29" parent="98nA65LA6JHXpVdgSX9z-23" style="text;strokeColor=none;fillColor=none;align=left;verticalAlign=top;spacingLeft=4;spacingRight=4;overflow=hidden;rotatable=0;points=[[0,0.5],[1,0.5]];portConstraint=eastwest;whiteSpace=wrap;html=1;" value="+ Exit(): void" vertex="1">
          <mxGeometry height="26" width="180" y="138" as="geometry" />
        </mxCell>
        <mxCell id="F6Udg1_LDsnUmy90ZGhI-9" edge="1" parent="1" source="L5NkyoWU7cnRC-8idZzs-13" style="edgeStyle=orthogonalEdgeStyle;rounded=0;orthogonalLoop=1;jettySize=auto;html=1;" target="98nA65LA6JHXpVdgSX9z-14">
          <mxGeometry relative="1" as="geometry" />
        </mxCell>
      </root>
    </mxGraphModel>
  </diagram>
</mxfile>
